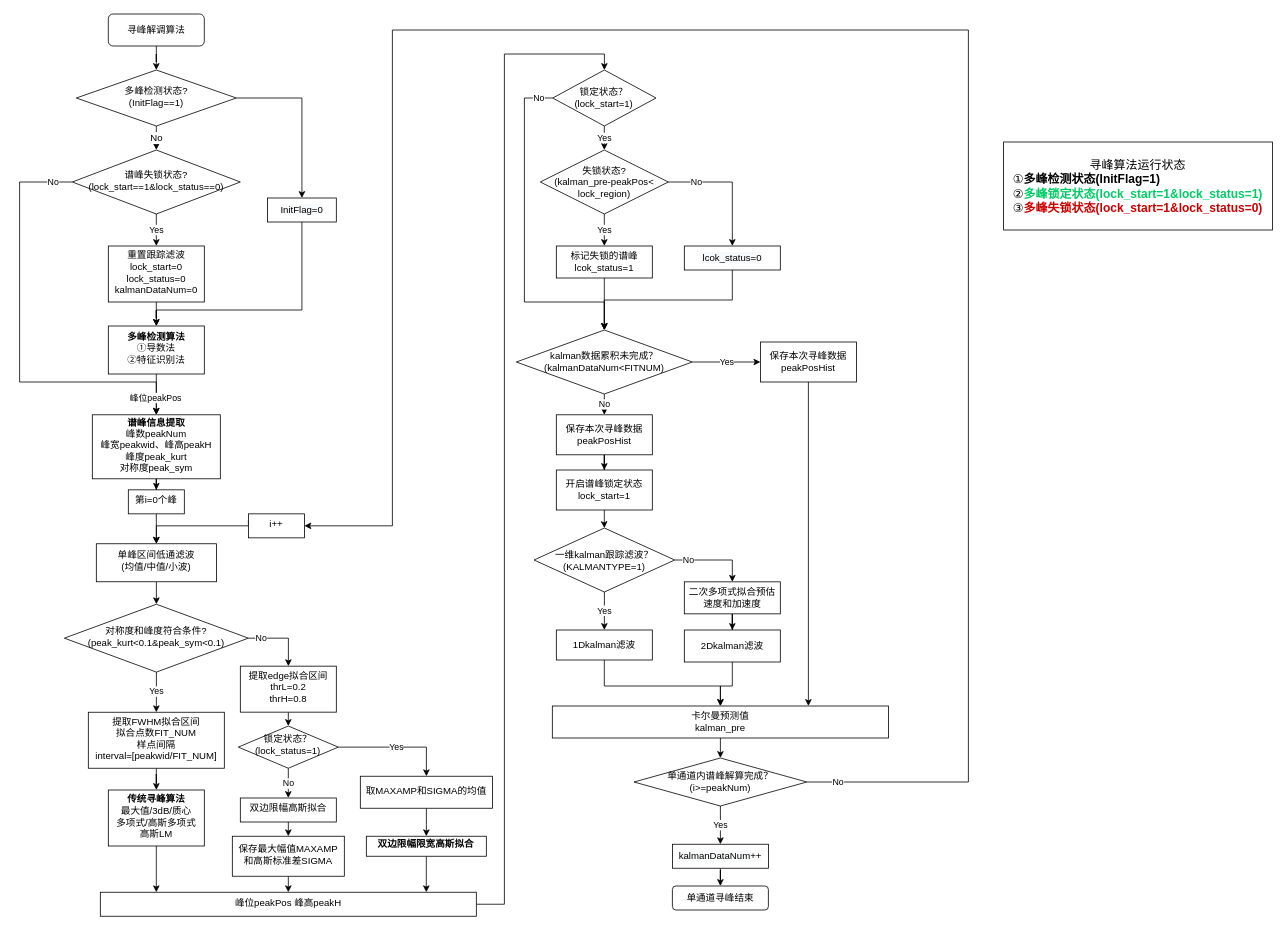
The draw.io diagram Untitled Diagram.drawio in xsl11/HelloWorld, before the edit. Source tidied: cells renumbered, new cells numbered last; positions are measured from the earlier drawing's top-left corner, leaving out a move shared by most shapes. Both pictures are drawn from the tidied source at 80%, with x=0, y=0 at pixel (19, 14).
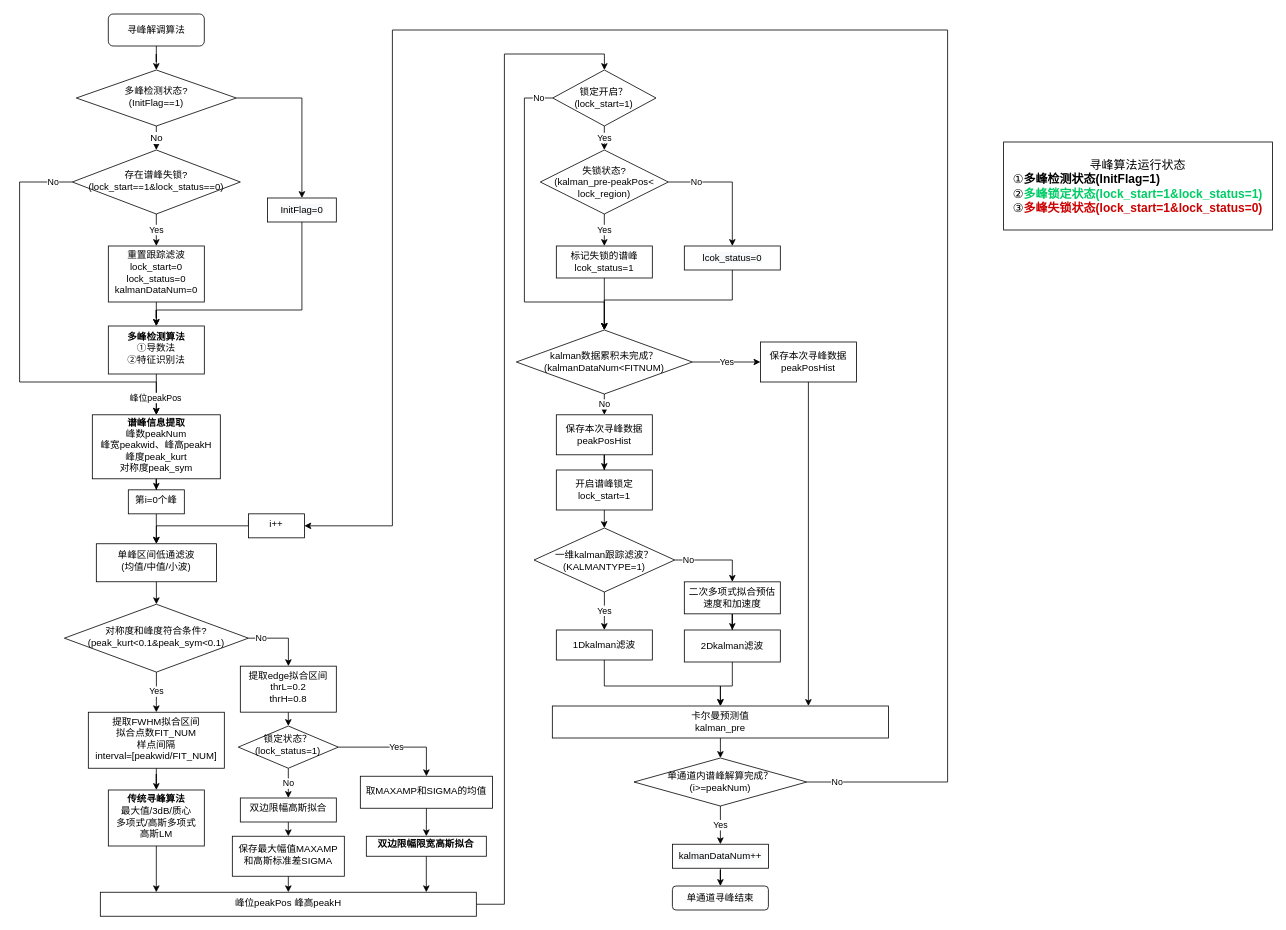
The same page after the edit.

The change refers to these unchanged cells:
```xml
<mxCell id="70" value="i++" style="whiteSpace=wrap;html=1;shadow=0;strokeWidth=1;spacing=6;spacingTop=-4;" parent="1" vertex="1">
  <mxGeometry x="286" y="624.8" width="70" height="30" as="geometry" />
</mxCell>
<mxCell id="72" value="单通道内谱峰解算完成？&lt;br&gt;(i&amp;gt;=peakNum)" style="rhombus;whiteSpace=wrap;html=1;" parent="1" vertex="1">
  <mxGeometry x="768" y="930" width="216" height="60" as="geometry" />
</mxCell>
```

The edit, as a diff of the source:
```diff
@@
-    <mxCell id="6" value="谱峰失锁状态?&lt;br&gt;(lock_start==1&amp;amp;lock_status==0)" style="rhombus;whiteSpace=wrap;html=1;shadow=0;fontFamily=Helvetica;fontSize=12;align=center;strokeWidth=1;spacing=6;spacingTop=-4;" parent="1" vertex="1">
+    <mxCell id="6" value="存在谱峰失锁?&lt;br&gt;(lock_start==1&amp;amp;lock_status==0)" style="rhombus;whiteSpace=wrap;html=1;shadow=0;fontFamily=Helvetica;fontSize=12;align=center;strokeWidth=1;spacing=6;spacingTop=-4;" parent="1" vertex="1">
       <mxGeometry x="65.9" y="170" width="210" height="80" as="geometry" />
     </mxCell>
@@
-    <mxCell id="38" value="锁定状态？&lt;br&gt;(lock_start=1)" style="rhombus;whiteSpace=wrap;html=1;" parent="1" vertex="1">
+    <mxCell id="38" value="锁定开启？&lt;br&gt;(lock_start=1)" style="rhombus;whiteSpace=wrap;html=1;" parent="1" vertex="1">
       <mxGeometry x="666.4" y="70" width="129.1" height="70" as="geometry" />
     </mxCell>
@@
     <mxCell id="62" value="No" style="edgeStyle=orthogonalEdgeStyle;rounded=0;jettySize=auto;html=1;exitX=1;exitY=0.5;exitDx=0;exitDy=0;entryX=1;entryY=0.5;entryDx=0;entryDy=0;" parent="1" edge="1" source="72" target="70">
       <mxGeometry x="-0.97" relative="1" as="geometry">
         <Array as="points">
-          <mxPoint x="1186" y="960" />
-          <mxPoint x="1186" y="20" />
+          <mxPoint x="1160" y="960" />
+          <mxPoint x="1160" y="20" />
           <mxPoint x="466" y="20" />
           <mxPoint x="466" y="640" />
         </Array>
       </mxGeometry>
     </mxCell>
@@
-    <mxCell id="68" value="开启谱峰锁定状态&lt;br&gt;lock_start=1" style="rounded=0;whiteSpace=wrap;html=1;" parent="1" vertex="1">
+    <mxCell id="68" value="开启谱峰锁定&lt;br&gt;lock_start=1" style="rounded=0;whiteSpace=wrap;html=1;" parent="1" vertex="1">
       <mxGeometry x="670.9" y="570" width="120" height="50" as="geometry" />
     </mxCell>
```
